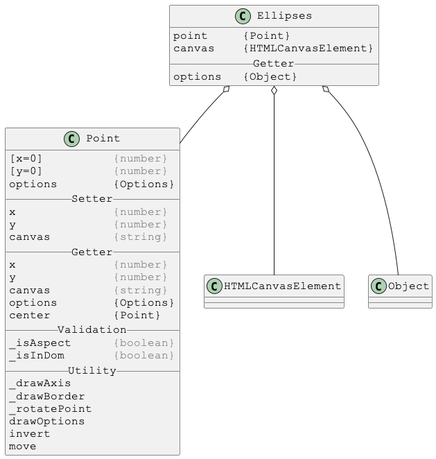
The PlantUML diagram docs/PlantUml/image/linked/Ellipses-linked.png in Justin-Byrne/canvasLab, before a commit. Its diagram source:
```plantuml
@startuml

skinparam DefaultFontSize 16
skinparam DefaultFontName Courier New

class Ellipses {
point     {Point}
canvas    {HTMLCanvasElement}
__ Getter __
options   {Object}
}

Ellipses o-- Point
Ellipses o-- HTMLCanvasElement
Ellipses o-- Object



skinparam DefaultFontSize 16
skinparam DefaultFontName Courier New

class Point {
[x=0]          <color:gray>{number}</color>
[y=0]          <color:gray>{number}</color>
options        {Options}
__ Setter __
x              <color:gray>{number}</color>
y              <color:gray>{number}</color>
canvas         <color:gray>{string}</color>
__ Getter __
x              <color:gray>{number}</color>
y              <color:gray>{number}</color>
canvas         <color:gray>{string}</color>
options        {Options}
center         {Point}
__ Validation __
_isAspect      <color:gray>{boolean}</color>
_isInDom       <color:gray>{boolean}</color>
__ Utility __
_drawAxis
_drawBorder
_rotatePoint
drawOptions
invert
move
}

@enduml
```
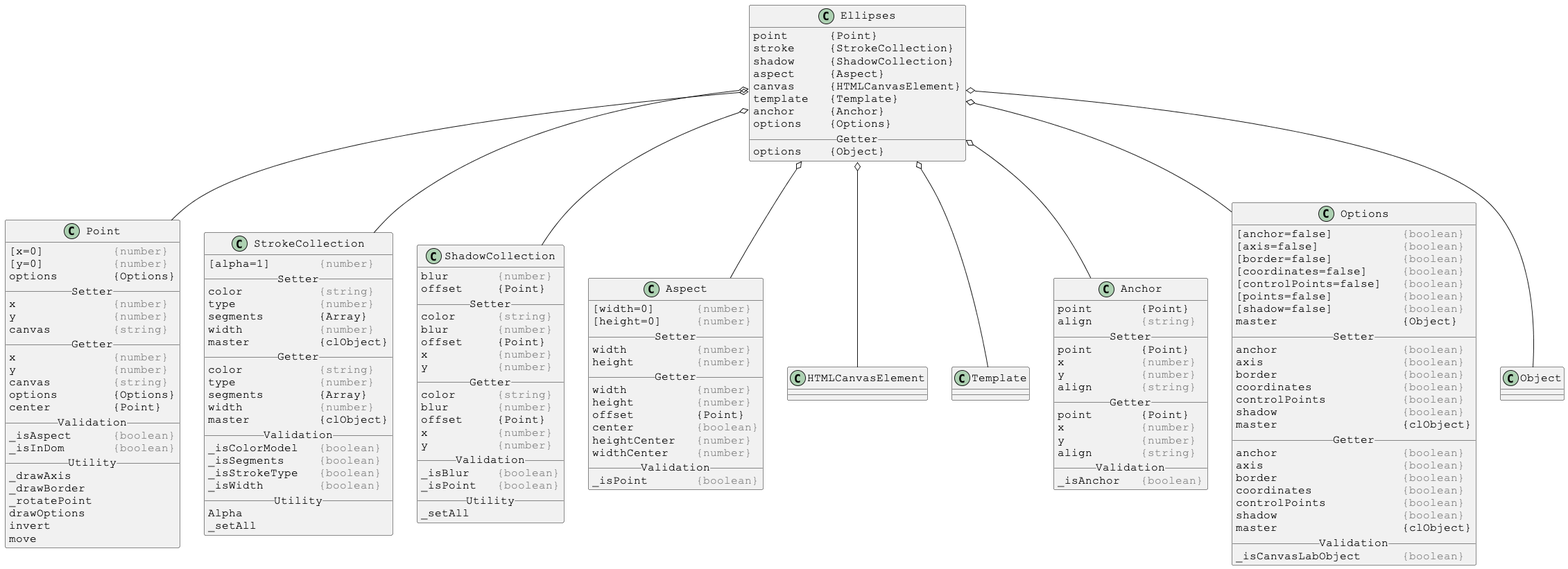
Above is the later version.

What changed in the source:
```diff
@@ -4,14 +4,26 @@
 skinparam DefaultFontName Courier New
 
 class Ellipses {
-point     {Point}
-canvas    {HTMLCanvasElement}
+point      {Point}
+stroke     {StrokeCollection}
+shadow     {ShadowCollection}
+aspect     {Aspect}
+canvas     {HTMLCanvasElement}
+template   {Template}
+anchor     {Anchor}
+options    {Options}
 __ Getter __
-options   {Object}
+options    {Object}
 }
 
 Ellipses o-- Point
+Ellipses o-- StrokeCollection
+Ellipses o-- ShadowCollection
+Ellipses o-- Aspect
 Ellipses o-- HTMLCanvasElement
+Ellipses o-- Template
+Ellipses o-- Anchor
+Ellipses o-- Options
 Ellipses o-- Object
 
 
@@ -45,4 +57,138 @@
 move
 }
 
+
+
+skinparam DefaultFontSize 16
+skinparam DefaultFontName Courier New
+
+class StrokeCollection {
+[alpha=1]       <color:gray>{number}</color>
+__ Setter __
+color           <color:gray>{string}</color>
+type            <color:gray>{number}</color>
+segments        {Array}
+width           <color:gray>{number}</color>
+master          {clObject}
+__ Getter __
+color           <color:gray>{string}</color>
+type            <color:gray>{number}</color>
+segments        {Array}
+width           <color:gray>{number}</color>
+master          {clObject}
+__ Validation __
+_isColorModel   <color:gray>{boolean}</color>
+_isSegments     <color:gray>{boolean}</color>
+_isStrokeType   <color:gray>{boolean}</color>
+_isWidth        <color:gray>{boolean}</color>
+__ Utility __
+Alpha
+_setAll
+}
+
+
+
+skinparam DefaultFontSize 16
+skinparam DefaultFontName Courier New
+
+class ShadowCollection {
+blur       <color:gray>{number}</color>
+offset     {Point}
+__ Setter __
+color      <color:gray>{string}</color>
+blur       <color:gray>{number}</color>
+offset     {Point}
+x          <color:gray>{number}</color>
+y          <color:gray>{number}</color>
+__ Getter __
+color      <color:gray>{string}</color>
+blur       <color:gray>{number}</color>
+offset     {Point}
+x          <color:gray>{number}</color>
+y          <color:gray>{number}</color>
+__ Validation __
+_isBlur    <color:gray>{boolean}</color>
+_isPoint   <color:gray>{boolean}</color>
+__ Utility __
+_setAll
+}
+
+
+
+skinparam DefaultFontSize 16
+skinparam DefaultFontName Courier New
+
+class Aspect {
+[width=0]      <color:gray>{number}</color>
+[height=0]     <color:gray>{number}</color>
+__ Setter __
+width          <color:gray>{number}</color>
+height         <color:gray>{number}</color>
+__ Getter __
+width          <color:gray>{number}</color>
+height         <color:gray>{number}</color>
+offset         {Point}
+center         <color:gray>{boolean}</color>
+heightCenter   <color:gray>{number}</color>
+widthCenter    <color:gray>{number}</color>
+__ Validation __
+_isPoint       <color:gray>{boolean}</color>
+}
+
+
+
+skinparam DefaultFontSize 16
+skinparam DefaultFontName Courier New
+
+class Anchor {
+point       {Point}
+align       <color:gray>{string}</color>
+__ Setter __
+point       {Point}
+x           <color:gray>{number}</color>
+y           <color:gray>{number}</color>
+align       <color:gray>{string}</color>
+__ Getter __
+point       {Point}
+x           <color:gray>{number}</color>
+y           <color:gray>{number}</color>
+align       <color:gray>{string}</color>
+__ Validation __
+_isAnchor   <color:gray>{boolean}</color>
+}
+
+
+
+skinparam DefaultFontSize 16
+skinparam DefaultFontName Courier New
+
+class Options {
+[anchor=false]          <color:gray>{boolean}</color>
+[axis=false]            <color:gray>{boolean}</color>
+[border=false]          <color:gray>{boolean}</color>
+[coordinates=false]     <color:gray>{boolean}</color>
+[controlPoints=false]   <color:gray>{boolean}</color>
+[points=false]          <color:gray>{boolean}</color>
+[shadow=false]          <color:gray>{boolean}</color>
+master                  {Object}
+__ Setter __
+anchor                  <color:gray>{boolean}</color>
+axis                    <color:gray>{boolean}</color>
+border                  <color:gray>{boolean}</color>
+coordinates             <color:gray>{boolean}</color>
+controlPoints           <color:gray>{boolean}</color>
+shadow                  <color:gray>{boolean}</color>
+master                  {clObject}
+__ Getter __
+anchor                  <color:gray>{boolean}</color>
+axis                    <color:gray>{boolean}</color>
+border                  <color:gray>{boolean}</color>
+coordinates             <color:gray>{boolean}</color>
+controlPoints           <color:gray>{boolean}</color>
+shadow                  <color:gray>{boolean}</color>
+master                  {clObject}
+__ Validation __
+_isCanvasLabObject      <color:gray>{boolean}</color>
+}
+
 @enduml
```
